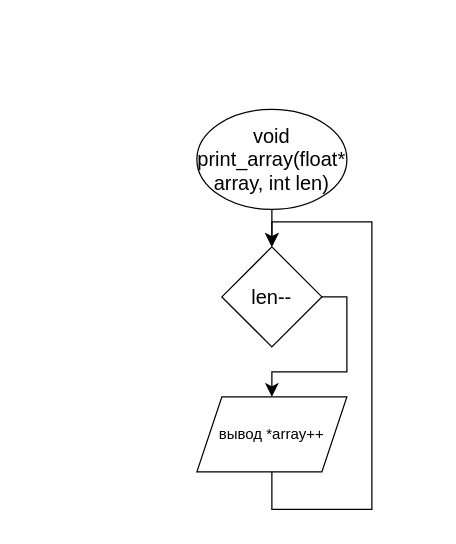
Alvald1/draw.io keeps this draw.io diagram as page "print_array" (3 of 8) of Untitled Diagram.drawio. Above is the earlier version. Source tidied: cells renumbered, new cells numbered last; positions are measured from the earlier drawing's top-left corner, leaving out a move shared by most shapes. Both pictures are drawn from the tidied source at 125%, with x=0, y=0 at pixel (184, 109).
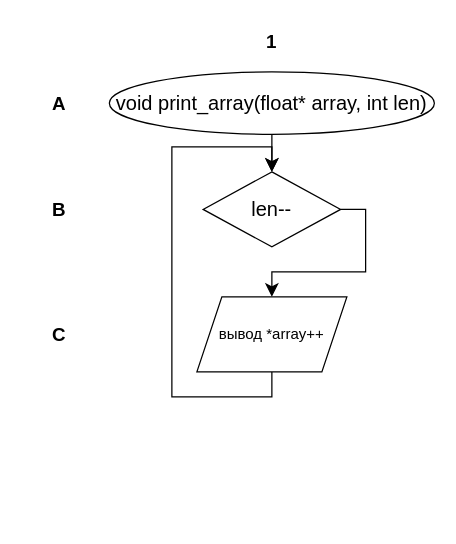
The same diagram, later.

Change to the diagram source:
```diff
@@
 <mxGraphModel>
   <root>
     <mxCell id="0" />
     <mxCell id="1" parent="0" />
     <mxCell id="2" style="edgeStyle=orthogonalEdgeStyle;shape=connector;rounded=0;orthogonalLoop=1;jettySize=auto;html=1;exitX=0.5;exitY=1;exitDx=0;exitDy=0;entryX=0;entryY=0.5;entryDx=0;entryDy=0;labelBackgroundColor=default;strokeColor=default;align=center;verticalAlign=middle;fontFamily=Helvetica;fontSize=12;fontColor=default;endArrow=classic;startSize=8;endSize=8;" parent="1" edge="1">
       <mxGeometry relative="1" as="geometry">
         <mxPoint y="280" as="targetPoint" />
       </mxGeometry>
     </mxCell>
     <mxCell id="3" style="edgeStyle=none;curved=1;rounded=0;jettySize=auto;html=1;fontSize=12;startSize=8;endSize=8;" parent="1" edge="1" source="4" target="6">
       <mxGeometry relative="1" as="geometry" />
     </mxCell>
     <mxCell id="4" value="void print_array(float* array, int len)" style="ellipse;whiteSpace=wrap;html=1;fontSize=16;" parent="1" vertex="1">
-      <mxGeometry x="10" width="120" height="80" as="geometry" />
+      <mxGeometry x="-60" y="-30" width="260" height="50" as="geometry" />
     </mxCell>
-    <mxCell id="5" style="edgeStyle=orthogonalEdgeStyle;shape=connector;rounded=0;jettySize=auto;html=1;exitX=1;exitY=0.5;exitDx=0;exitDy=0;entryX=0.5;entryY=0;entryDx=0;entryDy=0;labelBackgroundColor=default;strokeColor=default;align=center;verticalAlign=middle;fontFamily=Helvetica;fontSize=12;fontColor=default;endArrow=classic;startSize=8;endSize=8;" parent="1" edge="1" source="6" target="8">
+    <mxCell id="5" style="edgeStyle=orthogonalEdgeStyle;shape=connector;rounded=0;jettySize=auto;html=1;exitX=1;exitY=0.5;exitDx=0;exitDy=0;entryX=0.5;entryY=0;entryDx=0;entryDy=0;labelBackgroundColor=default;strokeColor=default;strokeWidth=1;align=center;verticalAlign=middle;fontFamily=Helvetica;fontSize=3;fontColor=default;endArrow=classic;startSize=8;endSize=8;" parent="1" edge="1" source="6" target="8">
       <mxGeometry relative="1" as="geometry" />
     </mxCell>
     <mxCell id="6" value="len--" style="rhombus;whiteSpace=wrap;html=1;fontSize=16;" parent="1" vertex="1">
-      <mxGeometry x="30" y="110" width="80" height="80" as="geometry" />
+      <mxGeometry x="15" y="50" width="110" height="60" as="geometry" />
     </mxCell>
-    <mxCell id="7" style="edgeStyle=orthogonalEdgeStyle;shape=connector;rounded=0;jettySize=auto;html=1;exitX=0.5;exitY=1;exitDx=0;exitDy=0;entryX=0.5;entryY=0;entryDx=0;entryDy=0;labelBackgroundColor=default;strokeColor=default;align=center;verticalAlign=middle;fontFamily=Helvetica;fontSize=12;fontColor=default;endArrow=classic;startSize=8;endSize=8;" parent="1" edge="1" source="8" target="6">
+    <mxCell id="7" style="edgeStyle=orthogonalEdgeStyle;shape=connector;rounded=0;jettySize=auto;html=1;exitX=0.5;exitY=1;exitDx=0;exitDy=0;entryX=0.5;entryY=0;entryDx=0;entryDy=0;labelBackgroundColor=default;strokeColor=default;strokeWidth=1;align=center;verticalAlign=middle;fontFamily=Helvetica;fontSize=3;fontColor=default;endArrow=classic;startSize=8;endSize=8;" parent="1" edge="1" source="8" target="6">
       <mxGeometry relative="1" as="geometry">
         <Array as="points">
-          <mxPoint x="70" y="320" />
-          <mxPoint x="150" y="320" />
-          <mxPoint x="150" y="90" />
-          <mxPoint x="70" y="90" />
+          <mxPoint x="70" y="230" />
+          <mxPoint x="-10" y="230" />
+          <mxPoint x="-10" y="30" />
+          <mxPoint x="70" y="30" />
         </Array>
       </mxGeometry>
     </mxCell>
     <mxCell id="8" value="вывод *array++" style="shape=parallelogram;perimeter=parallelogramPerimeter;whiteSpace=wrap;html=1;fixedSize=1;fontFamily=Helvetica;fontSize=12;fontColor=default;" parent="1" vertex="1">
-      <mxGeometry x="10" y="230" width="120" height="60" as="geometry" />
+      <mxGeometry x="10" y="150" width="120" height="60" as="geometry" />
     </mxCell>
+    <mxCell id="9" value="&lt;font style=&quot;font-size: 15px;&quot;&gt;&lt;b&gt;B&lt;/b&gt;&lt;/font&gt;" style="text;html=1;strokeColor=none;fillColor=none;align=center;verticalAlign=middle;whiteSpace=wrap;rounded=0;fontSize=3;fontFamily=Helvetica;fontColor=default;" parent="1" vertex="1">
+      <mxGeometry x="-130" y="65" width="60" height="30" as="geometry" />
+    </mxCell>
+    <mxCell id="10" value="&lt;font style=&quot;font-size: 15px;&quot;&gt;&lt;b&gt;A&lt;/b&gt;&lt;/font&gt;" style="text;html=1;strokeColor=none;fillColor=none;align=center;verticalAlign=middle;whiteSpace=wrap;rounded=0;fontSize=3;fontFamily=Helvetica;fontColor=default;" parent="1" vertex="1">
+      <mxGeometry x="-130" y="-20" width="60" height="30" as="geometry" />
+    </mxCell>
+    <mxCell id="11" value="&lt;font style=&quot;font-size: 15px;&quot;&gt;&lt;b&gt;1&lt;/b&gt;&lt;/font&gt;" style="text;html=1;strokeColor=none;fillColor=none;align=center;verticalAlign=middle;whiteSpace=wrap;rounded=0;fontSize=3;fontFamily=Helvetica;fontColor=default;" parent="1" vertex="1">
+      <mxGeometry x="40" y="-70" width="60" height="30" as="geometry" />
+    </mxCell>
+    <mxCell id="12" value="&lt;font style=&quot;font-size: 15px;&quot;&gt;&lt;b&gt;C&lt;/b&gt;&lt;/font&gt;" style="text;html=1;strokeColor=none;fillColor=none;align=center;verticalAlign=middle;whiteSpace=wrap;rounded=0;fontSize=3;fontFamily=Helvetica;fontColor=default;" parent="1" vertex="1">
+      <mxGeometry x="-130" y="165" width="60" height="30" as="geometry" />
+    </mxCell>
   </root>
 </mxGraphModel>
```
